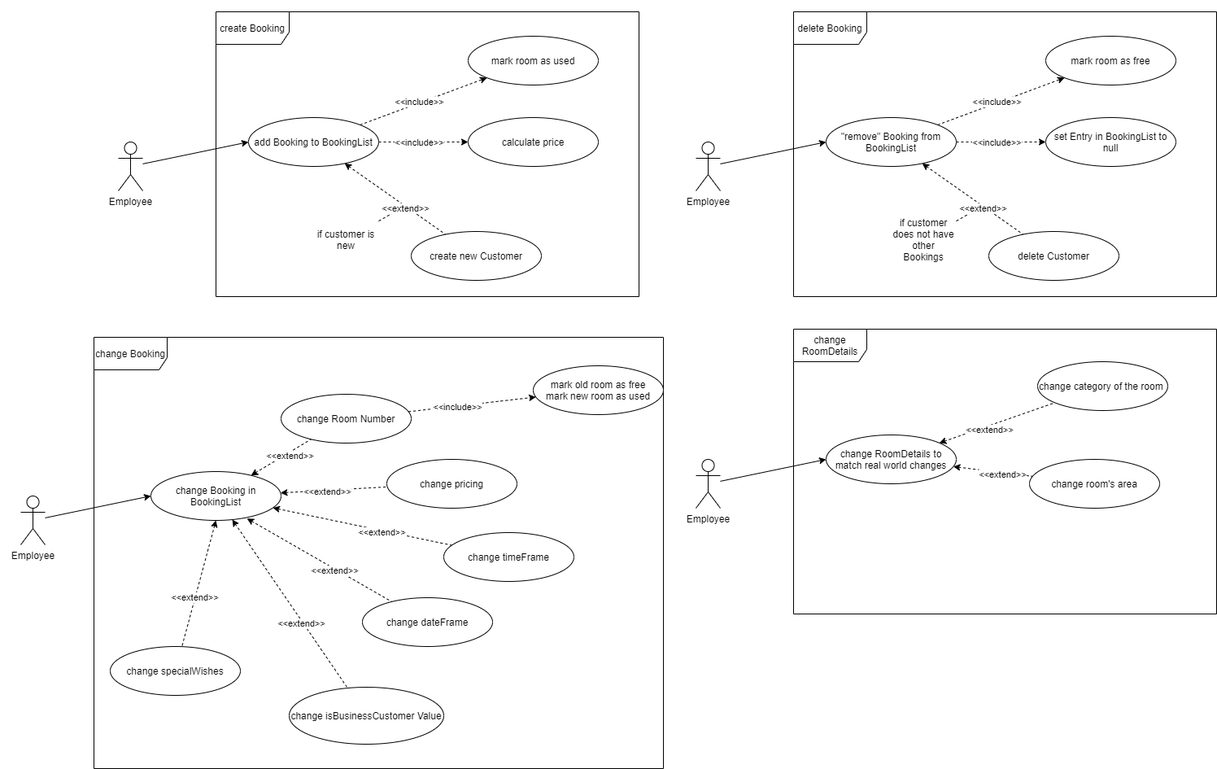
Earlier version of the draw.io export Use Case Diagramme.png (fh-erfurt/Businesshotel-Roommanager). Source tidied: cells renumbered, new cells last; positions are measured from the earlier drawing's top-left corner, leaving out a move shared by most shapes.
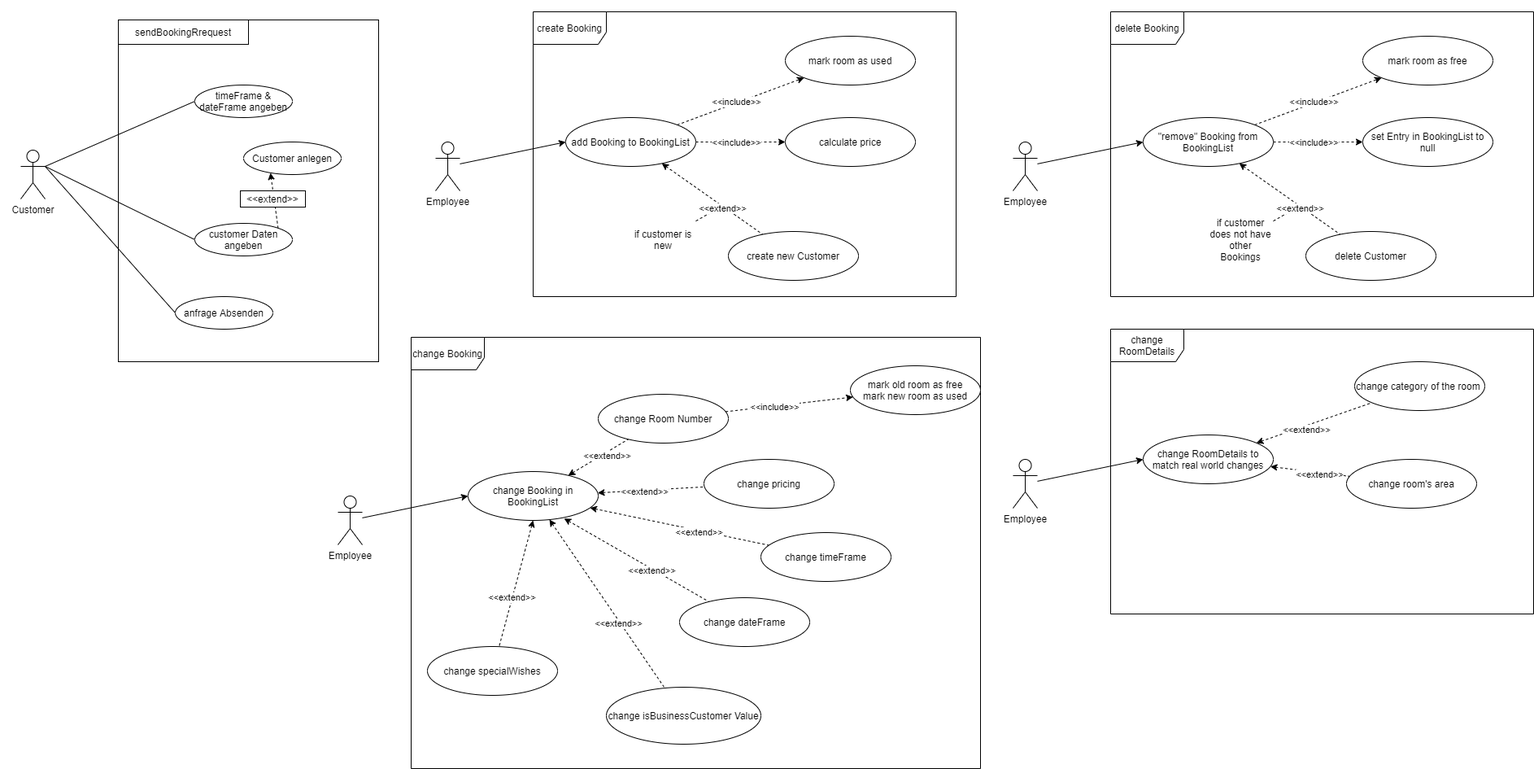
After the change.

Commit message:
aktualiierte Grafiken

Change to the diagram source:
```diff
@@ -13,7 +13,7 @@
     <mxCell id="4" style="rounded=0;jettySize=auto;html=1;entryX=0;entryY=0.5;entryDx=0;entryDy=0;" parent="1" edge="1" source="5" target="12">
       <mxGeometry relative="1" as="geometry" />
     </mxCell>
-    <mxCell id="5" value="Employee" style="shape=umlActor;verticalLabelPosition=bottom;verticalAlign=top;html=1;" parent="1" vertex="1">
+    <mxCell id="5" value="Employee" style="shape=umlActor;verticalLabelPosition=bottom;verticalAlign=top;html=1;labelBackgroundColor=#ffffff;" parent="1" vertex="1">
       <mxGeometry x="120" y="160" width="30" height="60" as="geometry" />
     </mxCell>
     <mxCell id="6" style="edgeStyle=none;rounded=0;jettySize=auto;html=1;dashed=1;" parent="1" edge="1" source="12" target="13">
@@ -59,7 +59,7 @@
     <mxCell id="18" style="rounded=0;jettySize=auto;html=1;entryX=0;entryY=0.5;entryDx=0;entryDy=0;" parent="1" edge="1" source="19" target="26">
       <mxGeometry relative="1" as="geometry" />
     </mxCell>
-    <mxCell id="19" value="Employee" style="shape=umlActor;verticalLabelPosition=bottom;verticalAlign=top;html=1;" parent="1" vertex="1">
+    <mxCell id="19" value="Employee" style="shape=umlActor;verticalLabelPosition=bottom;verticalAlign=top;html=1;labelBackgroundColor=#ffffff;" parent="1" vertex="1">
       <mxGeometry y="595" width="30" height="60" as="geometry" />
     </mxCell>
     <mxCell id="20" style="edgeStyle=none;rounded=0;jettySize=auto;html=1;dashed=1;startArrow=classic;startFill=1;endArrow=none;endFill=0;" parent="1" edge="1" source="26" target="29">
@@ -113,7 +113,7 @@
     <mxCell id="34" style="rounded=0;jettySize=auto;html=1;entryX=0;entryY=0.5;entryDx=0;entryDy=0;" parent="1" edge="1" source="35" target="42">
       <mxGeometry relative="1" as="geometry" />
     </mxCell>
-    <mxCell id="35" value="Employee" style="shape=umlActor;verticalLabelPosition=bottom;verticalAlign=top;html=1;" parent="1" vertex="1">
+    <mxCell id="35" value="Employee" style="shape=umlActor;verticalLabelPosition=bottom;verticalAlign=top;html=1;labelBackgroundColor=#ffffff;" parent="1" vertex="1">
       <mxGeometry x="830" y="160" width="30" height="60" as="geometry" />
     </mxCell>
     <mxCell id="36" style="edgeStyle=none;rounded=0;jettySize=auto;html=1;dashed=1;" parent="1" edge="1" source="42" target="43">
@@ -159,7 +159,7 @@
     <mxCell id="48" style="rounded=0;jettySize=auto;html=1;entryX=0;entryY=0.5;entryDx=0;entryDy=0;" parent="1" edge="1" source="49" target="54">
       <mxGeometry relative="1" as="geometry" />
     </mxCell>
-    <mxCell id="49" value="Employee" style="shape=umlActor;verticalLabelPosition=bottom;verticalAlign=top;html=1;" parent="1" vertex="1">
+    <mxCell id="49" value="Employee" style="shape=umlActor;verticalLabelPosition=bottom;verticalAlign=top;html=1;labelBackgroundColor=#ffffff;" parent="1" vertex="1">
       <mxGeometry x="830" y="550" width="30" height="60" as="geometry" />
     </mxCell>
     <mxCell id="50" style="edgeStyle=none;rounded=0;jettySize=auto;html=1;dashed=1;startArrow=classic;startFill=1;endArrow=none;endFill=0;" parent="1" edge="1" source="54" target="55">
@@ -215,5 +215,41 @@
     <mxCell id="66" value="change isBusinessCustomer Value" style="ellipse;whiteSpace=wrap;html=1;" parent="1" vertex="1">
       <mxGeometry x="330" y="830" width="190" height="70" as="geometry" />
     </mxCell>
+    <mxCell id="67" style="rounded=0;whiteSpace=wrap;html=1;fillColor=none;" parent="1" vertex="1">
+      <mxGeometry x="-270" y="10" width="320" height="420" as="geometry" />
+    </mxCell>
+    <mxCell id="68" value="sendBookingRrequest" style="rounded=0;whiteSpace=wrap;html=1;" parent="1" vertex="1">
+      <mxGeometry x="-270" y="10" width="160" height="30" as="geometry" />
+    </mxCell>
+    <mxCell id="69" style="edgeStyle=none;rounded=0;jettySize=auto;html=1;exitX=1;exitY=0.3333333333333333;exitDx=0;exitDy=0;exitPerimeter=0;entryX=0;entryY=0.5;entryDx=0;entryDy=0;endArrow=none;endFill=0;" parent="1" edge="1" source="72" target="73">
+      <mxGeometry relative="1" as="geometry" />
+    </mxCell>
+    <mxCell id="70" style="edgeStyle=none;rounded=0;jettySize=auto;html=1;exitX=1;exitY=0.3333333333333333;exitDx=0;exitDy=0;exitPerimeter=0;entryX=0;entryY=0.5;entryDx=0;entryDy=0;endArrow=none;endFill=0;" parent="1" edge="1" source="72" target="76">
+      <mxGeometry relative="1" as="geometry" />
+    </mxCell>
+    <mxCell id="71" style="edgeStyle=none;rounded=0;jettySize=auto;html=1;exitX=1;exitY=0.3333333333333333;exitDx=0;exitDy=0;exitPerimeter=0;entryX=0;entryY=0.5;entryDx=0;entryDy=0;endArrow=none;endFill=0;" parent="1" edge="1" source="72" target="77">
+      <mxGeometry relative="1" as="geometry" />
+    </mxCell>
+    <mxCell id="72" value="Customer" style="shape=umlActor;verticalLabelPosition=bottom;labelBackgroundColor=#ffffff;verticalAlign=top;html=1;outlineConnect=0;" parent="1" vertex="1">
+      <mxGeometry x="-390" y="170" width="30" height="60" as="geometry" />
+    </mxCell>
+    <mxCell id="73" value="timeFrame &amp;amp; dateFrame angeben" style="ellipse;whiteSpace=wrap;html=1;" parent="1" vertex="1">
+      <mxGeometry x="-176" y="90" width="120" height="40" as="geometry" />
+    </mxCell>
+    <mxCell id="74" value="Customer anlegen" style="ellipse;whiteSpace=wrap;html=1;" parent="1" vertex="1">
+      <mxGeometry x="-116" y="160" width="120" height="40" as="geometry" />
+    </mxCell>
+    <mxCell id="75" style="edgeStyle=none;rounded=0;jettySize=auto;html=1;exitX=1;exitY=0;exitDx=0;exitDy=0;entryX=0.275;entryY=0.95;entryDx=0;entryDy=0;endArrow=classic;endFill=1;dashed=1;entryPerimeter=0;" parent="1" edge="1" source="76" target="74">
+      <mxGeometry relative="1" as="geometry" />
+    </mxCell>
+    <mxCell id="76" value="customer Daten angeben" style="ellipse;whiteSpace=wrap;html=1;" parent="1" vertex="1">
+      <mxGeometry x="-176" y="260" width="120" height="40" as="geometry" />
+    </mxCell>
+    <mxCell id="77" value="anfrage Absenden" style="ellipse;whiteSpace=wrap;html=1;" parent="1" vertex="1">
+      <mxGeometry x="-200" y="350" width="120" height="40" as="geometry" />
+    </mxCell>
+    <mxCell id="78" value="&amp;lt;&amp;lt;extend&amp;gt;&amp;gt;" style="rounded=0;whiteSpace=wrap;html=1;" parent="1" vertex="1">
+      <mxGeometry x="-120" y="220" width="80" height="20" as="geometry" />
+    </mxCell>
   </root>
 </mxGraphModel>
```
